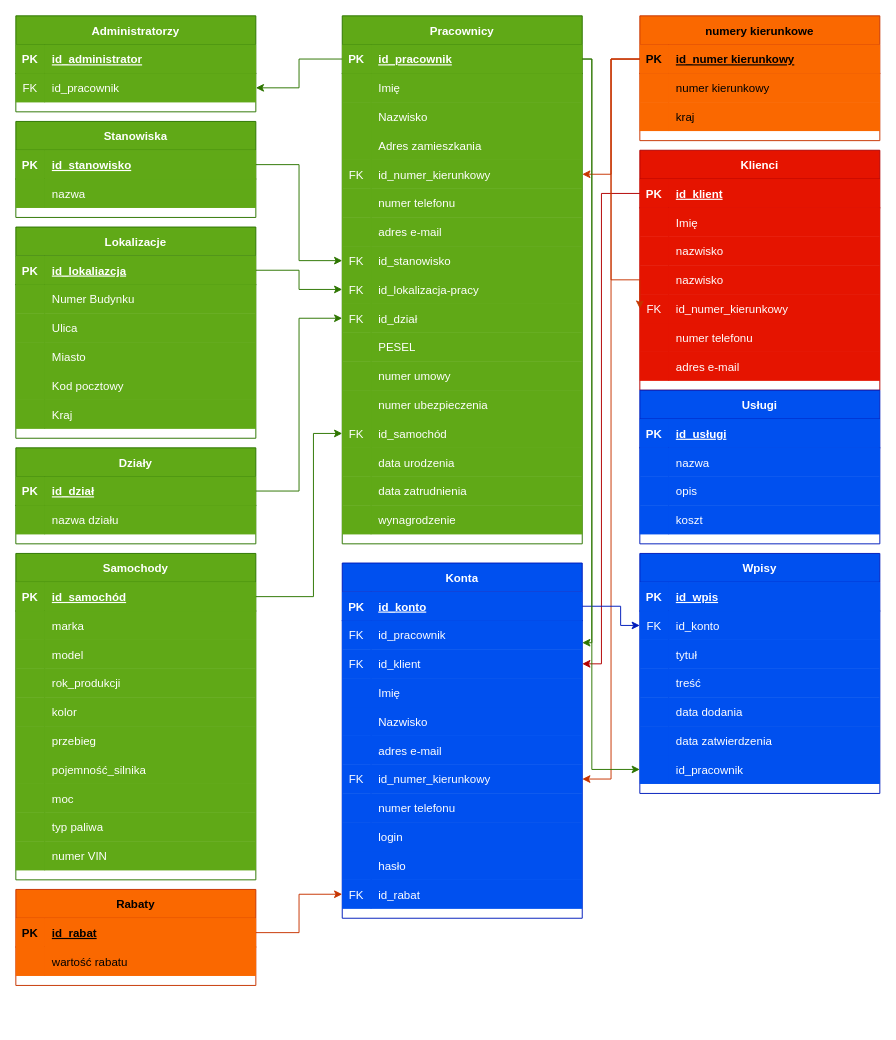
mostekd/secur-it keeps this draw.io diagram as SecurIT.drawio. Above is the earlier version. Source tidied: cells renumbered, new cells numbered last; positions are measured from the earlier drawing's top-left corner, leaving out a move shared by most shapes. Both pictures are drawn from the tidied source at 96%, with x=0, y=0 at pixel (15, 15).
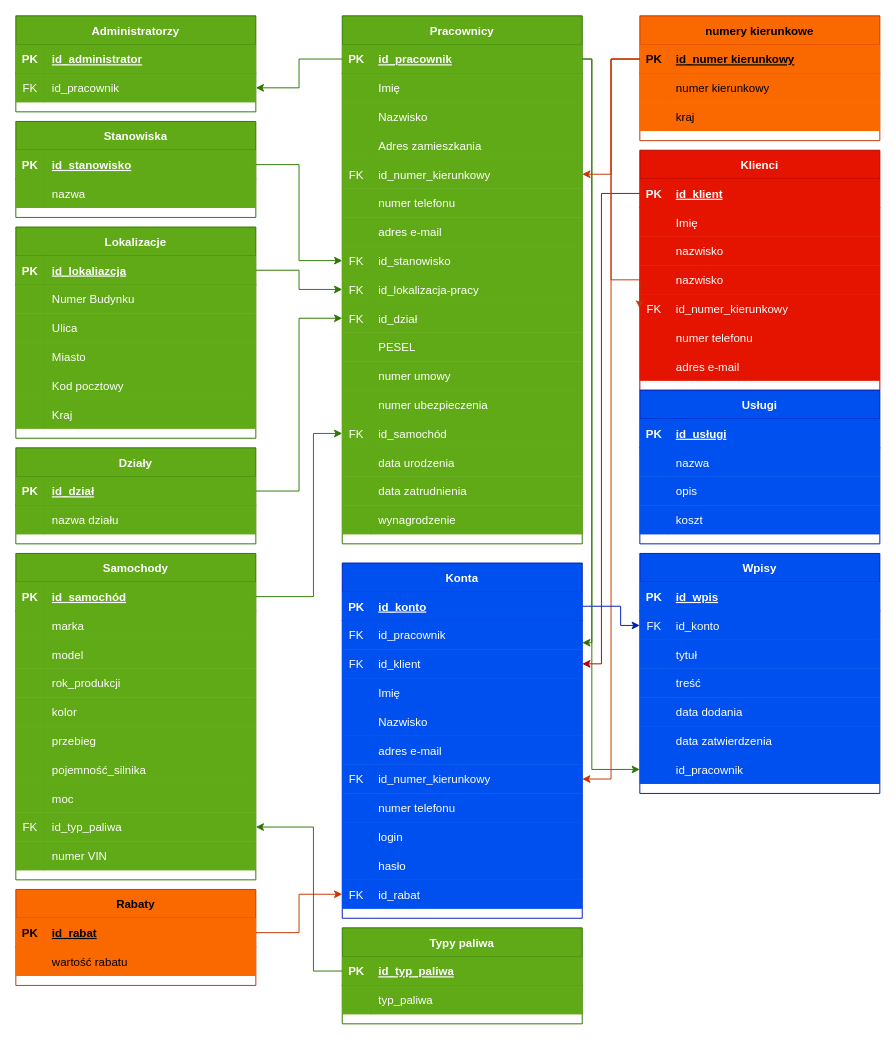
The same page after the edit.

The change refers to these unchanged cells:
```xml
<mxCell id="123" style="shape=partialRectangle;fillColor=#60a917;points=[[0,0.5],[1,0.5]];portConstraint=eastwest;top=0;left=0;right=0;bottom=0;strokeColor=#2D7600;fontColor=#ffffff;" parent="98" vertex="1">
  <mxGeometry y="270" width="250" height="30" as="geometry" />
</mxCell>
```

What changed in the source:
```diff
@@
-    <mxCell id="124" style="shape=partialRectangle;overflow=hidden;fillColor=#60a917;top=0;left=0;bottom=0;right=0;strokeColor=#2D7600;fontColor=#ffffff;" parent="123" vertex="1">
+    <mxCell id="124" value="FK" style="shape=partialRectangle;overflow=hidden;fillColor=#60a917;top=0;left=0;bottom=0;right=0;strokeColor=#2D7600;fontColor=#ffffff;" parent="123" vertex="1">
       <mxGeometry width="30" height="30" as="geometry" />
     </mxCell>
-    <mxCell id="125" value="typ paliwa" style="shape=partialRectangle;overflow=hidden;fillColor=#60a917;top=0;left=0;bottom=0;right=0;align=left;spacingLeft=6;strokeColor=#2D7600;fontColor=#ffffff;" parent="123" vertex="1">
+    <mxCell id="125" value="id_typ_paliwa" style="shape=partialRectangle;overflow=hidden;fillColor=#60a917;top=0;left=0;bottom=0;right=0;align=left;spacingLeft=6;strokeColor=#2D7600;fontColor=#ffffff;" parent="123" vertex="1">
       <mxGeometry x="30" width="220" height="30" as="geometry" />
     </mxCell>
@@
+    <mxCell id="246" value="Typy paliwa" style="shape=table;startSize=30;childLayout=tableLayout;rowLines=0;fontStyle=1;align=center;fillColor=#60a917;strokeColor=#2D7600;fontColor=#ffffff;" parent="1" vertex="1">
+      <mxGeometry x="340" y="950" width="250" height="100" as="geometry" />
+    </mxCell>
+    <mxCell id="247" style="shape=partialRectangle;fillColor=#60a917;points=[[0,0.5],[1,0.5]];portConstraint=eastwest;top=0;left=0;right=0;bottom=1;strokeColor=#2D7600;fontColor=#ffffff;" parent="246" vertex="1">
+      <mxGeometry y="30" width="250" height="30" as="geometry" />
+    </mxCell>
+    <mxCell id="248" value="PK" style="shape=partialRectangle;overflow=hidden;fillColor=#60a917;top=0;left=0;bottom=0;right=0;fontStyle=1;strokeColor=#2D7600;fontColor=#ffffff;" parent="247" vertex="1">
+      <mxGeometry width="30" height="30" as="geometry" />
+    </mxCell>
+    <mxCell id="249" value="id_typ_paliwa" style="shape=partialRectangle;overflow=hidden;fillColor=#60a917;top=0;left=0;bottom=0;right=0;align=left;spacingLeft=6;fontStyle=5;strokeColor=#2D7600;fontColor=#ffffff;" parent="247" vertex="1">
+      <mxGeometry x="30" width="220" height="30" as="geometry" />
+    </mxCell>
+    <mxCell id="250" style="shape=partialRectangle;fillColor=#60a917;top=0;left=0;right=0;bottom=0;strokeColor=#2D7600;fontColor=#ffffff;" parent="246" vertex="1">
+      <mxGeometry y="60" width="250" height="30" as="geometry" />
+    </mxCell>
+    <mxCell id="251" style="shape=partialRectangle;overflow=hidden;fillColor=#60a917;top=0;left=0;bottom=0;right=0;strokeColor=#2D7600;fontColor=#ffffff;" parent="250" vertex="1">
+      <mxGeometry width="30" height="30" as="geometry" />
+    </mxCell>
+    <mxCell id="252" value="typ_paliwa" style="shape=partialRectangle;overflow=hidden;fillColor=#60a917;top=0;left=0;bottom=0;right=0;align=left;spacingLeft=6;strokeColor=#2D7600;fontColor=#ffffff;" parent="250" vertex="1">
+      <mxGeometry x="30" width="220" height="30" as="geometry" />
+    </mxCell>
+    <mxCell id="253" style="edgeStyle=orthogonalEdgeStyle;rounded=0;jettySize=auto;html=1;exitX=0;exitY=0.5;exitDx=0;exitDy=0;entryX=1;entryY=0.5;entryDx=0;entryDy=0;fillColor=#60a917;strokeColor=#2D7600;" parent="1" edge="1" source="247" target="123">
+      <mxGeometry relative="1" as="geometry">
+        <Array as="points">
+          <mxPoint x="310" y="995" />
+          <mxPoint x="310" y="845" />
+        </Array>
+      </mxGeometry>
+    </mxCell>
```
